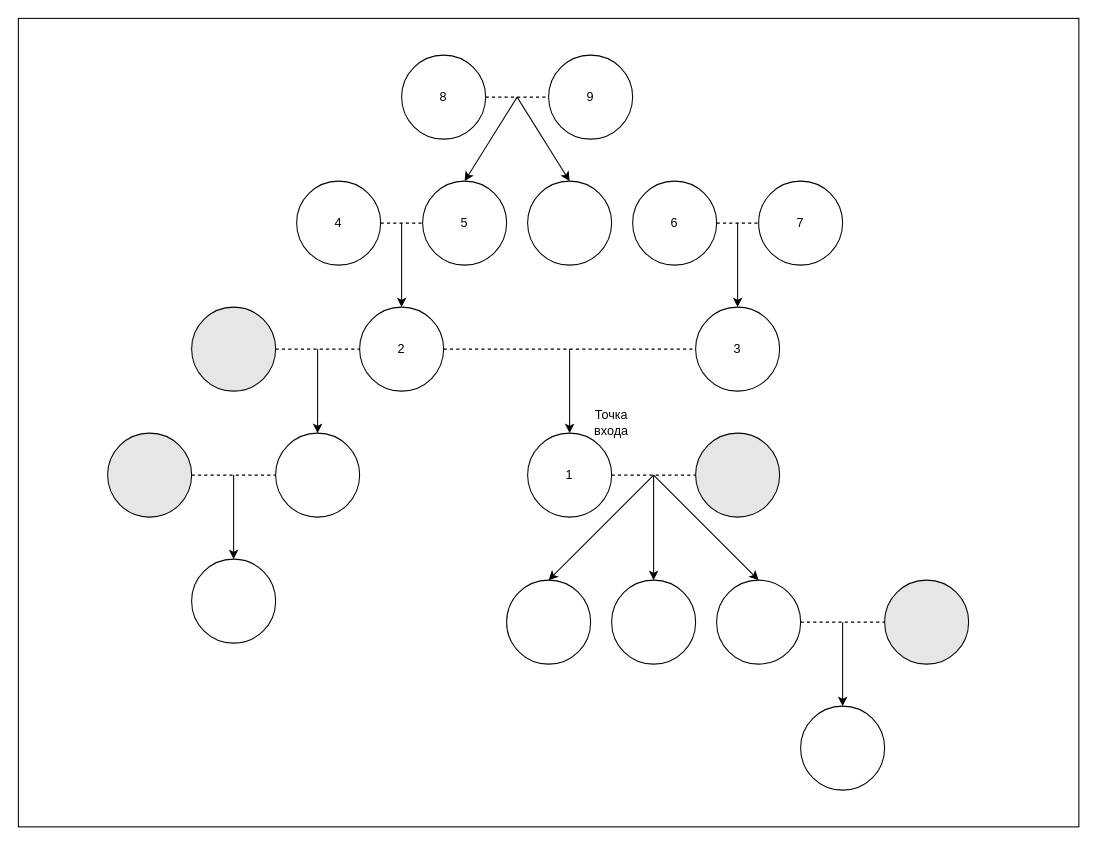
Earlier version of the draw.io diagram page "Page-4" (4 of 4) of posts/post-84/images/incest.drawio (urpylka/notes). Source tidied: cells renumbered, new cells numbered last; positions are measured from the earlier drawing's top-left corner, leaving out a move shared by most shapes. Both pictures are drawn from the tidied source at 105%, with x=0, y=0 at pixel (18, 18).
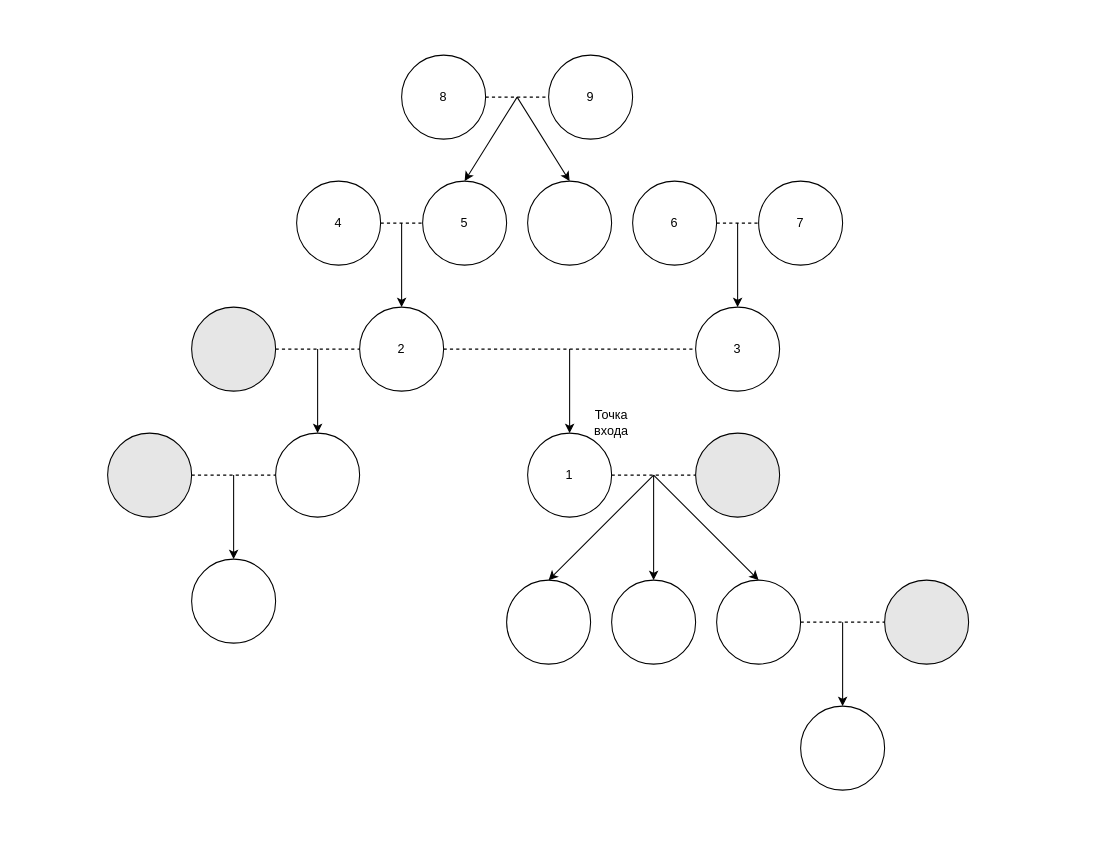
After the change.

What changed in the source:
```diff
@@
-    <mxCell id="2" style="rounded=0;whiteSpace=wrap;html=1;" parent="1" vertex="1">
+    <mxCell id="2" style="rounded=0;whiteSpace=wrap;html=1;strokeColor=none;" parent="1" vertex="1">
       <mxGeometry width="1010" height="770" as="geometry" />
     </mxCell>
```
